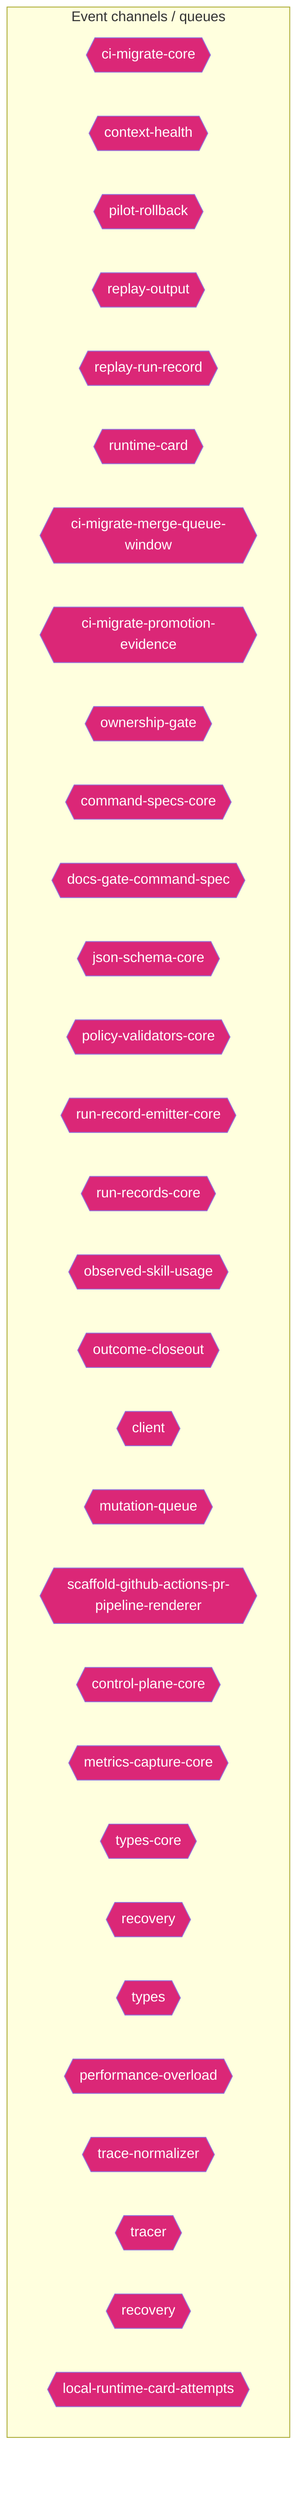
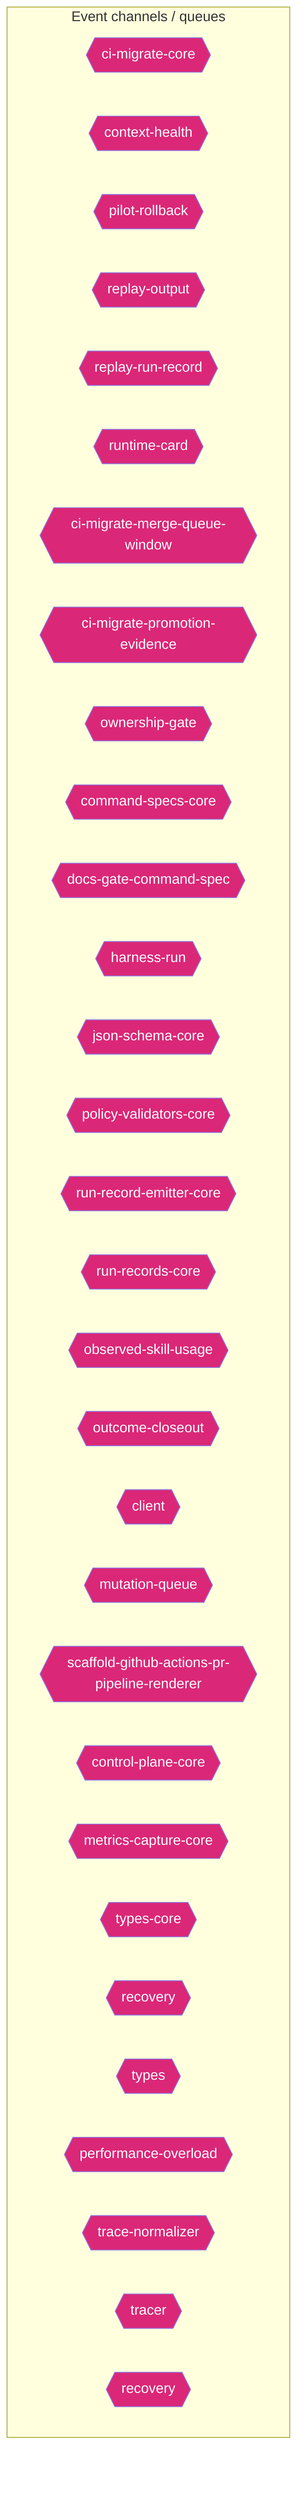
flowchart TD
  subgraph Channels["Event channels / queues"]
    ci_migrate_core_7005b5af{{"ci-migrate-core"}}
    context_health_80bb7da9{{"context-health"}}
    pilot_rollback_00c1f82c{{"pilot-rollback"}}
    replay_output_993eda9e{{"replay-output"}}
    replay_run_record_9a08cce2{{"replay-run-record"}}
    runtime_card_e06b53e1{{"runtime-card"}}
    ci_migrate_merge_queue_window_0070bd6d{{"ci-migrate-merge-queue-window"}}
    ci_migrate_promotion_evidence_1a2dc527{{"ci-migrate-promotion-evidence"}}
    ownership_gate_2e194d13{{"ownership-gate"}}
    command_specs_core_1c0ffc99{{"command-specs-core"}}
    docs_gate_command_spec_16795187{{"docs-gate-command-spec"}}
+     harness_run_c0761792{{"harness-run"}}
    json_schema_core_96d7e328{{"json-schema-core"}}
    policy_validators_core_714a3fe7{{"policy-validators-core"}}
    run_record_emitter_core_688049d5{{"run-record-emitter-core"}}
    run_records_core_89286dfa{{"run-records-core"}}
    observed_skill_usage_ed7d5930{{"observed-skill-usage"}}
    outcome_closeout_ba497ec2{{"outcome-closeout"}}
    client_948fe603{{"client"}}
    mutation_queue_ce5a530e{{"mutation-queue"}}
    scaffold_github_actions_pr_pipeline_renderer_1ee18de5{{"scaffold-github-actions-pr-pipeline-renderer"}}
    control_plane_core_db3b4cb2{{"control-plane-core"}}
    metrics_capture_core_db4bf7cf{{"metrics-capture-core"}}
    types_core_1_8bd0f8fd{{"types-core"}}
    recovery_8c585378{{"recovery"}}
-     types_14_fe7507be{{"types"}}
+     types_16_0fae1112{{"types"}}
    performance_overload_c685bfcf{{"performance-overload"}}
    trace_normalizer_cb1be1d2{{"trace-normalizer"}}
    tracer_1e6243a2{{"tracer"}}
    recovery_1_4d1804ab{{"recovery"}}
-     local_runtime_card_attempts_28aa46ea{{"local-runtime-card-attempts"}}
  end
  classDef eventNode fill:#db2777,color:#fff
-   class ci_migrate_core_7005b5af,context_health_80bb7da9,pilot_rollback_00c1f82c,replay_output_993eda9e,replay_run_record_9a08cce2,runtime_card_e06b53e1,ci_migrate_merge_queue_window_0070bd6d,ci_migrate_promotion_evidence_1a2dc527,ownership_gate_2e194d13,command_specs_core_1c0ffc99,docs_gate_command_spec_16795187,json_schema_core_96d7e328,policy_validators_core_714a3fe7,run_record_emitter_core_688049d5,run_records_core_89286dfa,observed_skill_usage_ed7d5930,outcome_closeout_ba497ec2,client_948fe603,mutation_queue_ce5a530e,scaffold_github_actions_pr_pipeline_renderer_1ee18de5,control_plane_core_db3b4cb2,metrics_capture_core_db4bf7cf,types_core_1_8bd0f8fd,recovery_8c585378,types_14_fe7507be,performance_overload_c685bfcf,trace_normalizer_cb1be1d2,tracer_1e6243a2,recovery_1_4d1804ab,local_runtime_card_attempts_28aa46ea eventNode
+   class ci_migrate_core_7005b5af,context_health_80bb7da9,pilot_rollback_00c1f82c,replay_output_993eda9e,replay_run_record_9a08cce2,runtime_card_e06b53e1,ci_migrate_merge_queue_window_0070bd6d,ci_migrate_promotion_evidence_1a2dc527,ownership_gate_2e194d13,command_specs_core_1c0ffc99,docs_gate_command_spec_16795187,harness_run_c0761792,json_schema_core_96d7e328,policy_validators_core_714a3fe7,run_record_emitter_core_688049d5,run_records_core_89286dfa,observed_skill_usage_ed7d5930,outcome_closeout_ba497ec2,client_948fe603,mutation_queue_ce5a530e,scaffold_github_actions_pr_pipeline_renderer_1ee18de5,control_plane_core_db3b4cb2,metrics_capture_core_db4bf7cf,types_core_1_8bd0f8fd,recovery_8c585378,types_16_0fae1112,performance_overload_c685bfcf,trace_normalizer_cb1be1d2,tracer_1e6243a2,recovery_1_4d1804ab eventNode
